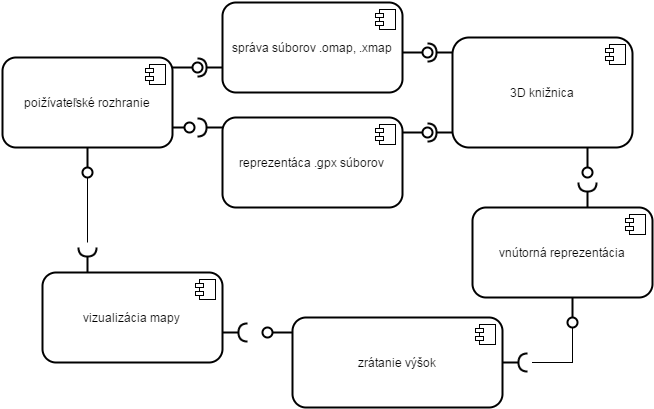
Above: Docs/component_diagram.png in TIS2016/Vrstevnice (draw.io), before the change. Source tidied: cells renumbered, new cells last; positions are measured from the earlier drawing's top-left corner, leaving out a move shared by most shapes.
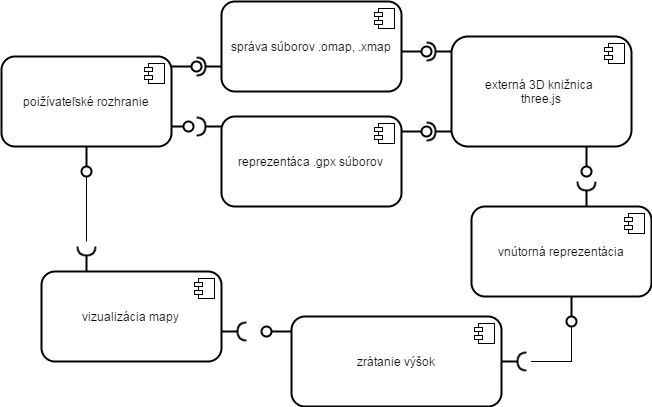
Later version of the same file.

Commit message:
komponentny diagram opraveny

Diff of the diagram source:
```diff
@@ -1,8 +1,8 @@
-<mxGraphModel background="#ffffff">
+<mxGraphModel>
   <root>
     <mxCell id="0" />
     <mxCell id="1" parent="0" />
-    <mxCell id="2" value="3D knižnica" style="html=1;rounded=1;strokeWidth=2;" parent="1" vertex="1">
+    <mxCell id="2" value="externá 3D knižnica&amp;nbsp;&lt;div&gt;three.js&lt;/div&gt;" style="html=1;rounded=1;strokeWidth=2;" parent="1" vertex="1">
       <mxGeometry x="450" y="35" width="180" height="110" as="geometry" />
     </mxCell>
     <mxCell id="3" style="shape=component;jettyWidth=8;jettyHeight=4;" parent="2" vertex="1">
```
